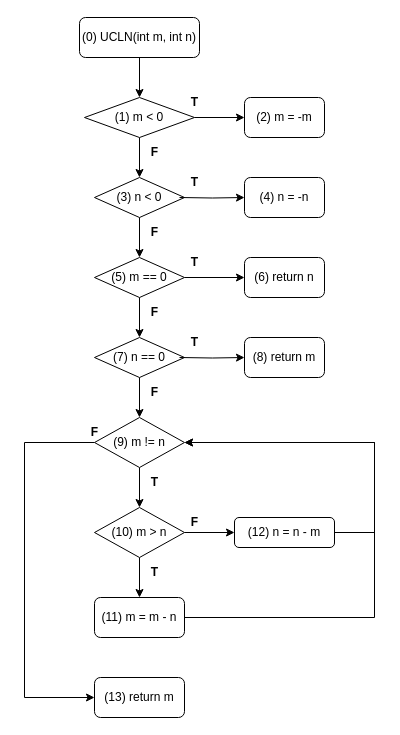
Before: Data Flow Testing/UCLN.drawio in tenmo2003/Testing_Homework, a draw.io diagram. Source tidied: cells renumbered, new cells numbered last; positions are measured from the earlier drawing's top-left corner, leaving out a move shared by most shapes. Both pictures are drawn from the tidied source at 100%, with x=0, y=0 at pixel (24, 17).
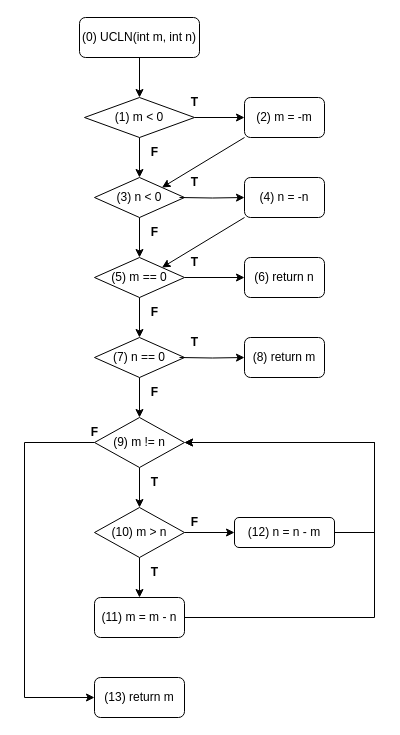
The same diagram, later.

The change refers to these unchanged cells:
```xml
<mxCell id="7" value="&lt;span id=&quot;selected_text&quot;&gt;&lt;/span&gt;&lt;span id=&quot;selected_text&quot;&gt;&lt;/span&gt;(2) m = -m" style="rounded=1;whiteSpace=wrap;html=1;" parent="1" vertex="1">
  <mxGeometry x="220" y="80" width="80" height="40" as="geometry" />
</mxCell>
<mxCell id="9" value="&lt;span id=&quot;selected_text&quot;&gt;&lt;/span&gt;&lt;span id=&quot;selected_text&quot;&gt;&lt;/span&gt;&lt;span id=&quot;selected_text&quot;&gt;&lt;/span&gt;(3) n &amp;lt; 0" style="rhombus;whiteSpace=wrap;html=1;" parent="1" vertex="1">
  <mxGeometry x="70" y="160" width="90" height="40" as="geometry" />
</mxCell>
<mxCell id="11" value="&lt;span id=&quot;selected_text&quot;&gt;&lt;/span&gt;(4) n = -n" style="rounded=1;whiteSpace=wrap;html=1;" parent="1" vertex="1">
  <mxGeometry x="220" y="160" width="80" height="40" as="geometry" />
</mxCell>
<mxCell id="14" value="&lt;span id=&quot;selected_text&quot;&gt;&lt;/span&gt;&lt;span id=&quot;selected_text&quot;&gt;&lt;/span&gt;&lt;span id=&quot;selected_text&quot;&gt;&lt;/span&gt;&lt;span id=&quot;selected_text&quot;&gt;&lt;/span&gt;&lt;span id=&quot;selected_text&quot;&gt;&lt;/span&gt;&lt;span id=&quot;selected_text&quot;&gt;&lt;/span&gt;(5) m == 0" style="rhombus;whiteSpace=wrap;html=1;" parent="1" vertex="1">
  <mxGeometry x="70" y="240" width="90" height="40" as="geometry" />
</mxCell>
```

The edit, as a diff of the source:
```diff
@@
+    <mxCell id="43" style="rounded=0;jettySize=auto;html=1;exitX=0;exitY=1;exitDx=0;exitDy=0;entryX=1;entryY=0;entryDx=0;entryDy=0;" parent="1" edge="1" source="7" target="9">
+      <mxGeometry relative="1" as="geometry" />
+    </mxCell>
@@
+    <mxCell id="44" style="rounded=0;jettySize=auto;html=1;exitX=0;exitY=1;exitDx=0;exitDy=0;entryX=1;entryY=0;entryDx=0;entryDy=0;" parent="1" edge="1" source="11" target="14">
+      <mxGeometry relative="1" as="geometry" />
+    </mxCell>
```
